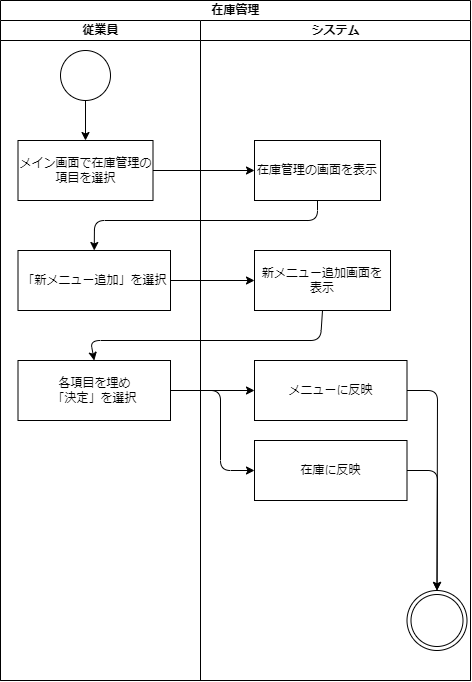
Before: psp4/アクティビティ図_新メニュー.drawio.png, a diagram exported from draw.io (MasakiHiguchi/---). Source tidied: cells renumbered, new cells last; positions are measured from the earlier drawing's top-left corner, leaving out a move shared by most shapes.
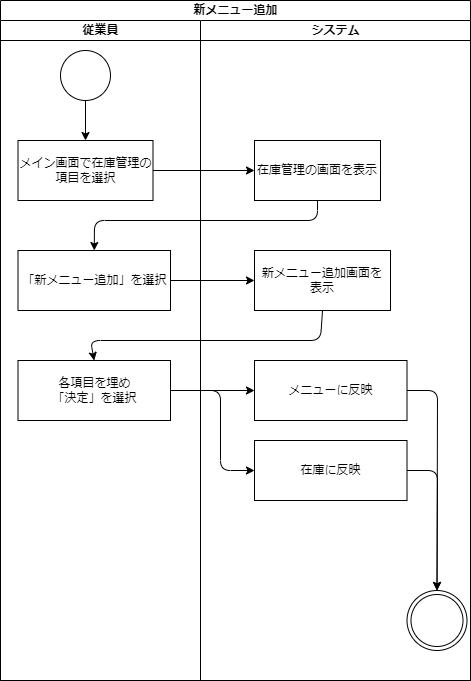
Later version of the same file.

The edit, as a diff of the source:
```diff
@@ -2,7 +2,7 @@
   <root>
     <mxCell id="0" />
     <mxCell id="1" parent="0" />
-    <mxCell id="2" value="在庫管理" style="swimlane;startSize=20;html=1;" parent="1" vertex="1">
+    <mxCell id="2" value="新メニュー追加" style="swimlane;startSize=20;html=1;" parent="1" vertex="1">
       <mxGeometry width="470" height="680" as="geometry" />
     </mxCell>
     <mxCell id="3" value="従業員" style="swimlane;startSize=20;html=1;" parent="2" vertex="1">
```
